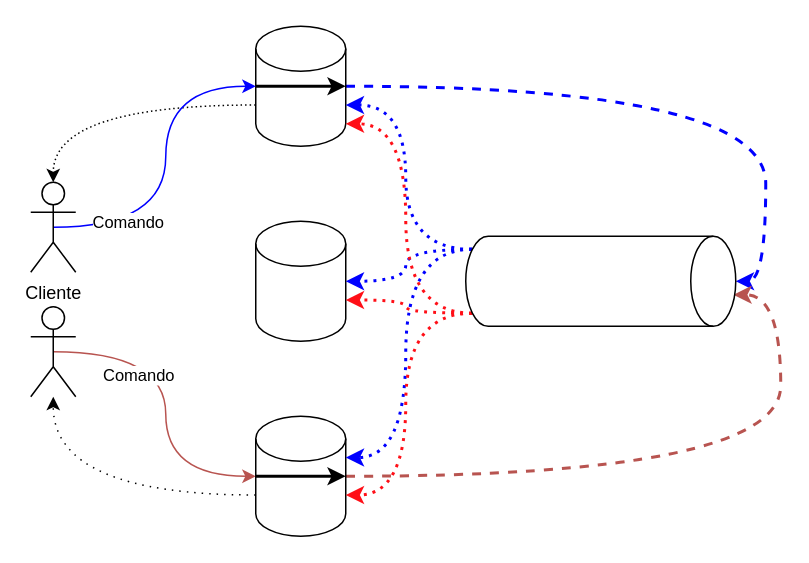
Before: projeto/drawings/abcast.drawio in lasarojc/ds_notes, a draw.io diagram. Source tidied: cells renumbered, new cells numbered last; positions are measured from the earlier drawing's top-left corner, leaving out a move shared by most shapes. Both pictures are drawn from the tidied source at 150%, with x=0, y=0 at pixel (30, 26).
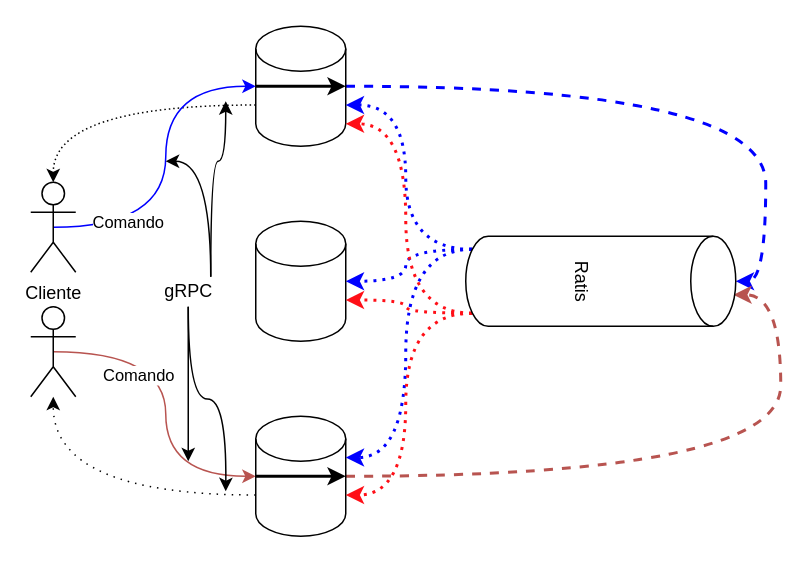
After the change.

What changed in the source:
```diff
@@
-    <mxCell id="21" style="shape=cylinder3;whiteSpace=wrap;html=1;boundedLbl=1;backgroundOutline=1;size=15;rotation=90;" parent="1" vertex="1">
+    <mxCell id="21" value="Ratis" style="shape=cylinder3;whiteSpace=wrap;html=1;boundedLbl=1;backgroundOutline=1;size=15;rotation=90;" parent="1" vertex="1">
       <mxGeometry x="350" y="80" width="60" height="180" as="geometry" />
     </mxCell>
@@
+    <mxCell id="24" style="edgeStyle=orthogonalEdgeStyle;rounded=0;jettySize=auto;html=1;curved=1;" parent="1" edge="1" source="28">
+      <mxGeometry relative="1" as="geometry">
+        <mxPoint x="90" y="90" as="targetPoint" />
+        <Array as="points">
+          <mxPoint x="120" y="90" />
+        </Array>
+      </mxGeometry>
+    </mxCell>
+    <mxCell id="25" style="edgeStyle=orthogonalEdgeStyle;curved=1;rounded=0;jettySize=auto;html=1;" parent="1" edge="1" source="28">
+      <mxGeometry relative="1" as="geometry">
+        <mxPoint x="130" y="50" as="targetPoint" />
+        <Array as="points">
+          <mxPoint x="120" y="90" />
+          <mxPoint x="130" y="90" />
+        </Array>
+      </mxGeometry>
+    </mxCell>
+    <mxCell id="26" style="edgeStyle=orthogonalEdgeStyle;curved=1;rounded=0;jettySize=auto;html=1;" parent="1" edge="1" source="28">
+      <mxGeometry relative="1" as="geometry">
+        <mxPoint x="130" y="310" as="targetPoint" />
+      </mxGeometry>
+    </mxCell>
+    <mxCell id="27" style="edgeStyle=orthogonalEdgeStyle;curved=1;rounded=0;jettySize=auto;html=1;" parent="1" edge="1" source="28">
+      <mxGeometry relative="1" as="geometry">
+        <mxPoint x="105" y="290" as="targetPoint" />
+      </mxGeometry>
+    </mxCell>
+    <mxCell id="28" value="gRPC" style="text;html=1;align=center;verticalAlign=middle;points=[];" parent="1" vertex="1">
+      <mxGeometry x="80" y="167" width="50" height="20" as="geometry" />
+    </mxCell>
```
